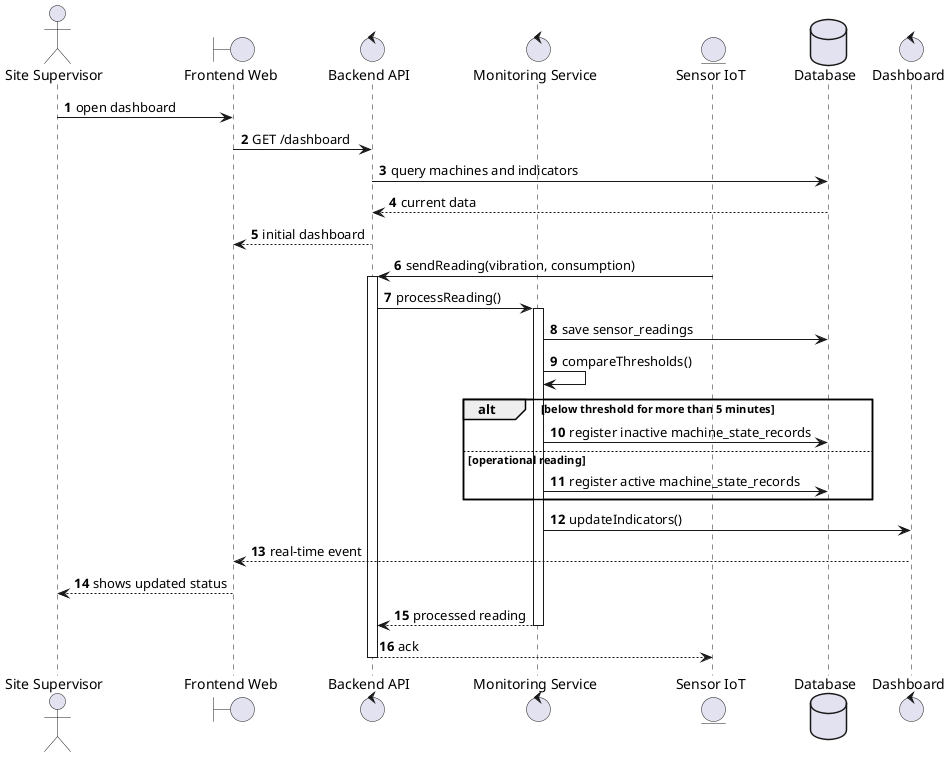
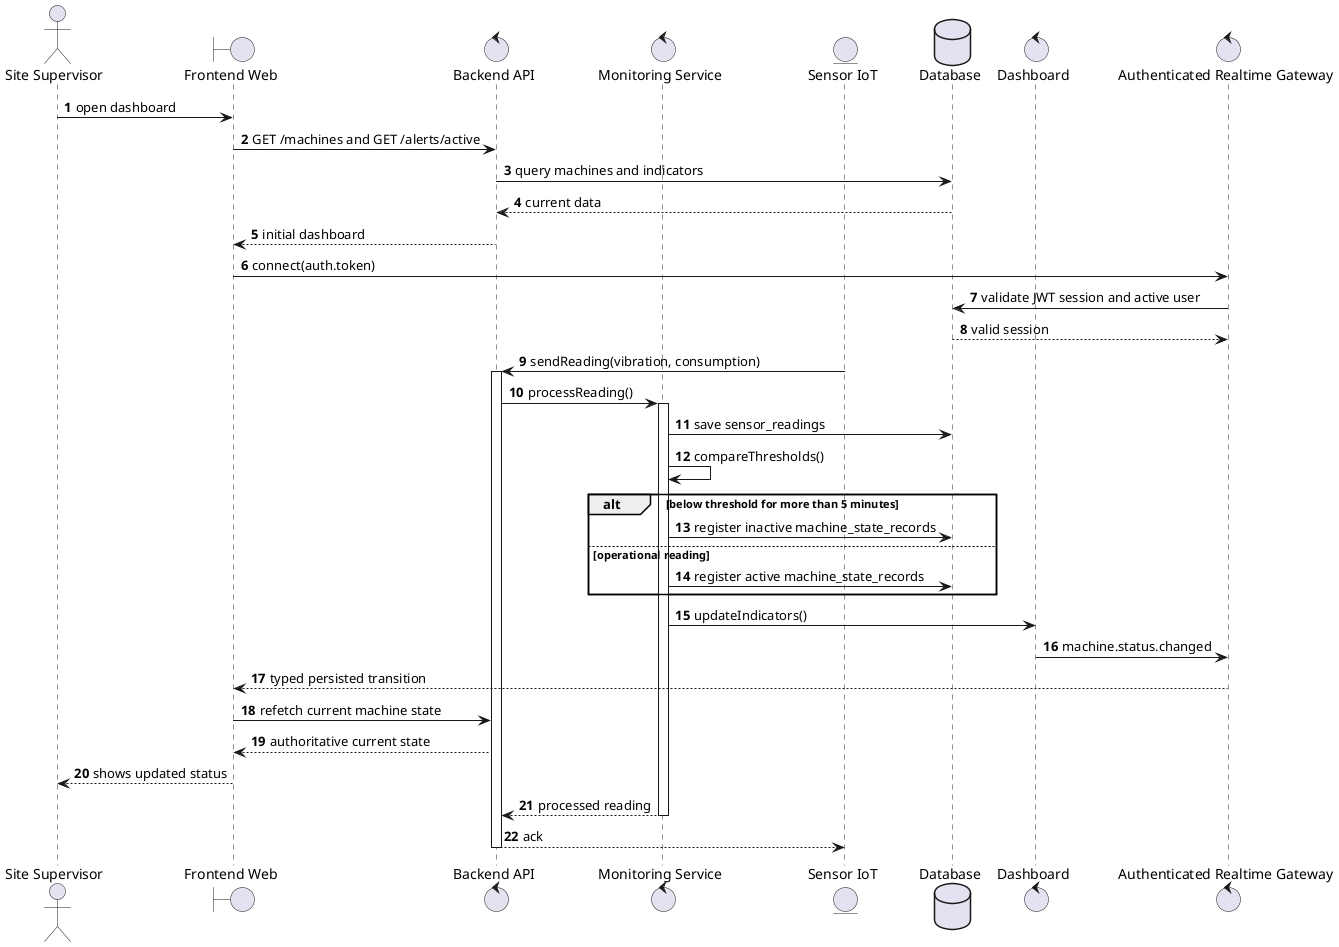
@startuml "Sequence: Real-time machine monitoring"
autonumber

actor "Site Supervisor" as Supervisor
boundary "Frontend Web" as Frontend
control "Backend API" as API
control "Monitoring Service" as MonitoringService
entity "Sensor IoT" as Sensor
database "Database" as DB
control "Dashboard" as Dashboard
+ control "Authenticated Realtime Gateway" as RealtimeGateway

Supervisor -> Frontend : open dashboard
- Frontend -> API : GET /dashboard
+ Frontend -> API : GET /machines and GET /alerts/active
API -> DB : query machines and indicators
DB --> API : current data
API --> Frontend : initial dashboard
+ Frontend -> RealtimeGateway : connect(auth.token)
+ RealtimeGateway -> DB : validate JWT session and active user
+ DB --> RealtimeGateway : valid session

Sensor -> API : sendReading(vibration, consumption)
activate API
API -> MonitoringService : processReading()
activate MonitoringService
MonitoringService -> DB : save sensor_readings
MonitoringService -> MonitoringService : compareThresholds()
alt below threshold for more than 5 minutes
  MonitoringService -> DB : register inactive machine_state_records
else operational reading
  MonitoringService -> DB : register active machine_state_records
end
MonitoringService -> Dashboard : updateIndicators()
- Dashboard --> Frontend : real-time event
+ Dashboard -> RealtimeGateway : machine.status.changed
+ RealtimeGateway --> Frontend : typed persisted transition
+ Frontend -> API : refetch current machine state
+ API --> Frontend : authoritative current state
Frontend --> Supervisor : shows updated status
MonitoringService --> API : processed reading
deactivate MonitoringService
API --> Sensor : ack
deactivate API
@enduml
